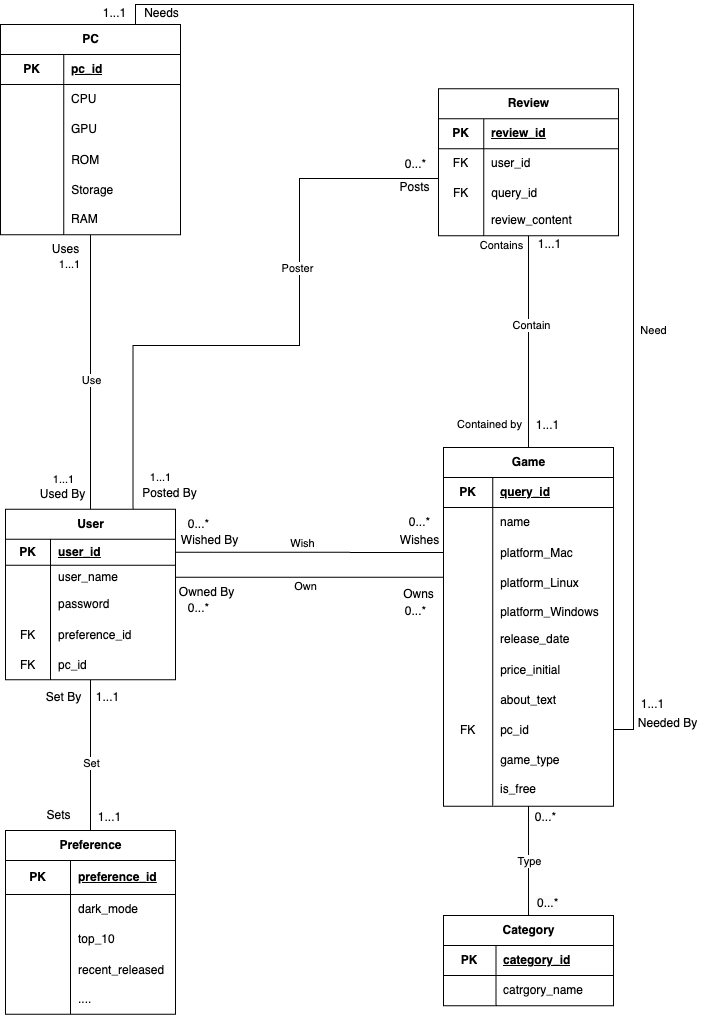
This is doc/image/cs411-pt1-stage2-uml.png from linggew/GGsteam, a draw.io export, as it was before one commit. Source tidied: cells renumbered, new cells last; positions are measured from the earlier drawing's top-left corner, leaving out a move shared by most shapes.
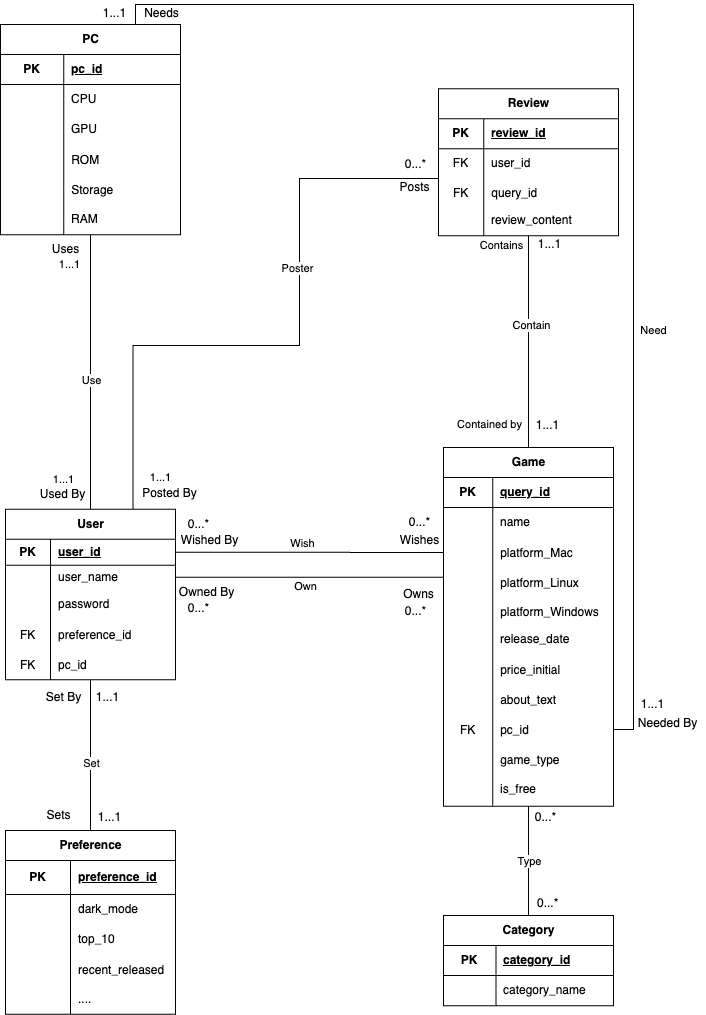
The same file after the commit.

Commit message:
Fix name spelling mistack

What changed in the source:
```diff
@@ -244,7 +244,7 @@
     <mxCell id="77" style="shape=partialRectangle;fillColor=none;top=0;left=0;bottom=0;right=0;overflow=hidden;whiteSpace=wrap;html=1;" parent="76" vertex="1">
       <mxGeometry width="52.5" height="30" as="geometry" />
     </mxCell>
-    <mxCell id="78" value="catrgory_name" style="shape=partialRectangle;fillColor=none;top=0;left=0;bottom=0;right=0;align=left;spacingLeft=6;overflow=hidden;whiteSpace=wrap;html=1;" parent="76" vertex="1">
+    <mxCell id="78" value="category_name" style="shape=partialRectangle;fillColor=none;top=0;left=0;bottom=0;right=0;align=left;spacingLeft=6;overflow=hidden;whiteSpace=wrap;html=1;" parent="76" vertex="1">
       <mxGeometry x="52.5" width="117.5" height="30" as="geometry" />
     </mxCell>
     <mxCell id="79" style="edgeStyle=orthogonalEdgeStyle;rounded=0;jettySize=auto;html=1;entryX=0.5;entryY=0;entryDx=0;entryDy=0;endArrow=none;endFill=0;" parent="1" edge="1" source="81" target="72">
```
